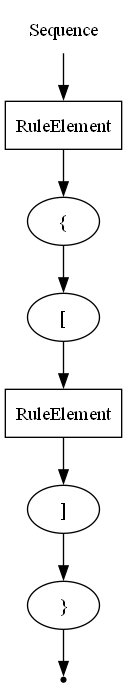
Above: DSLTools/examples/rbnf/wirthpng/Sequence.png in EgorGoluzin/DSL (Graphviz), before the change. Its source is kept beside it as DSLTools/examples/rbnf/wirth/Sequence.gv.
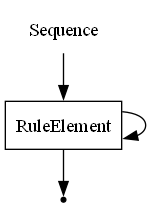
Above is the later version.

Change to the diagram source:
```diff
@@ -2,16 +2,7 @@
     start [label = "Sequence" shape = plaintext];
     end [label = "" shape = point];
     A [label = "RuleElement" shape = box];
-    AA [label = "RuleElement" shape = box];
-    B [label = "{" shape = oval];
-    C [label = "[" shape = oval];
-    D [label = "]" shape = oval];
-    E [label = "}" shape = oval];
     start -> A;
-    A -> B;
-    B -> C;
-    C -> AA;
-    AA -> D;
-    D -> E;
-    E -> end;
+    A -> A;
+    A -> end;
 }
```
